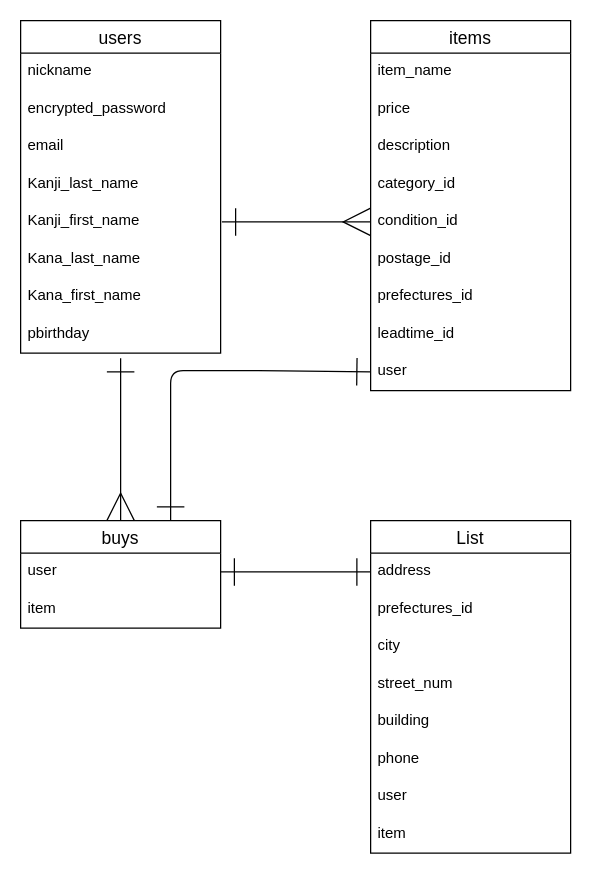
This is table.dio from YBBMTAT/furima-39895, a draw.io file, before an edit. Source tidied: cells renumbered, new cells numbered last; positions are measured from the earlier drawing's top-left corner, leaving out a move shared by most shapes. Both pictures are drawn from the tidied source at 125%, with x=0, y=0 at pixel (20, 20).
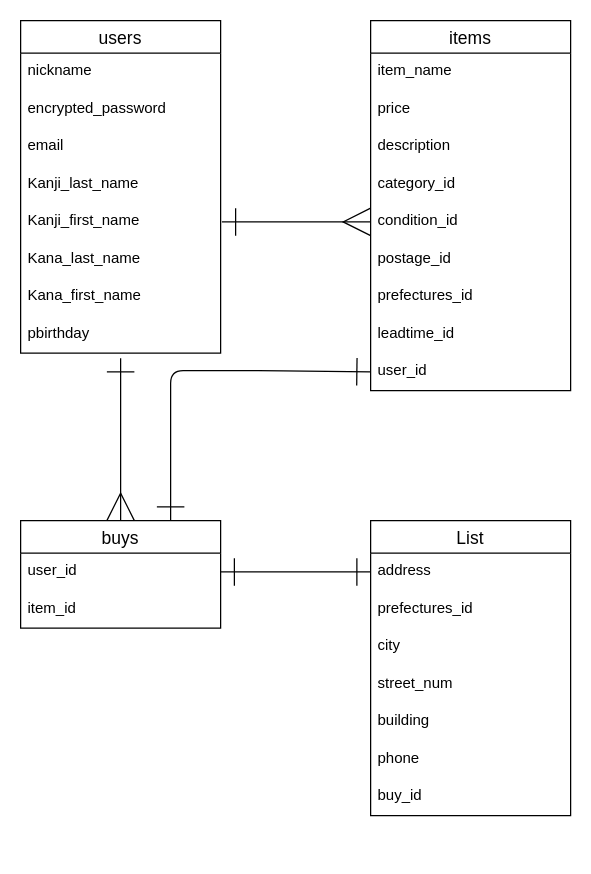
Above is the later version.

Commit message (it also covers changes not shown here):
カラム名、型修正

The change refers to these unchanged cells:
```xml
<mxCell id="11" value="items" style="swimlane;fontStyle=0;horizontal=1;startSize=26;align=center;fontSize=14;" parent="1" vertex="1">
  <mxGeometry x="280" width="160" height="296" as="geometry" />
</mxCell>
<mxCell id="22" value="buys" style="swimlane;fontStyle=0;horizontal=1;startSize=26;align=center;fontSize=14;" parent="1" vertex="1">
  <mxGeometry y="400" width="160" height="86" as="geometry" />
</mxCell>
```

The edit, as a diff of the source:
```diff
@@
-    <mxCell id="20" value="user" style="text;strokeColor=none;fillColor=none;spacingLeft=4;spacingRight=4;overflow=hidden;points=[[0,0.5],[1,0.5]];portConstraint=eastwest;fontSize=12;" parent="11" vertex="1">
+    <mxCell id="20" value="user_id" style="text;strokeColor=none;fillColor=none;spacingLeft=4;spacingRight=4;overflow=hidden;points=[[0,0.5],[1,0.5]];portConstraint=eastwest;fontSize=12;" parent="11" vertex="1">
       <mxGeometry y="266" width="160" height="30" as="geometry" />
     </mxCell>
@@
-    <mxCell id="23" value="user" style="text;strokeColor=none;fillColor=none;spacingLeft=4;spacingRight=4;overflow=hidden;points=[[0,0.5],[1,0.5]];portConstraint=eastwest;fontSize=12;" parent="22" vertex="1">
+    <mxCell id="23" value="user_id" style="text;strokeColor=none;fillColor=none;spacingLeft=4;spacingRight=4;overflow=hidden;points=[[0,0.5],[1,0.5]];portConstraint=eastwest;fontSize=12;" parent="22" vertex="1">
       <mxGeometry y="26" width="160" height="30" as="geometry" />
     </mxCell>
-    <mxCell id="24" value="item" style="text;strokeColor=none;fillColor=none;spacingLeft=4;spacingRight=4;overflow=hidden;fontSize=12;" parent="22" vertex="1">
+    <mxCell id="24" value="item_id" style="text;strokeColor=none;fillColor=none;spacingLeft=4;spacingRight=4;overflow=hidden;fontSize=12;" parent="22" vertex="1">
       <mxGeometry y="56" width="160" height="30" as="geometry" />
     </mxCell>
     <mxCell id="25" value="List" style="swimlane;fontStyle=0;horizontal=1;startSize=26;align=center;fontSize=14;" parent="1" vertex="1">
-      <mxGeometry x="280" y="400" width="160" height="266" as="geometry" />
+      <mxGeometry x="280" y="400" width="160" height="236" as="geometry" />
     </mxCell>
@@
-    <mxCell id="32" value="user" style="text;strokeColor=none;fillColor=none;spacingLeft=4;spacingRight=4;overflow=hidden;fontSize=12;" parent="25" vertex="1">
+    <mxCell id="32" value="buy_id" style="text;strokeColor=none;fillColor=none;spacingLeft=4;spacingRight=4;overflow=hidden;fontSize=12;" parent="25" vertex="1">
       <mxGeometry y="206" width="160" height="30" as="geometry" />
     </mxCell>
-    <mxCell id="33" value="item" style="text;strokeColor=none;fillColor=none;spacingLeft=4;spacingRight=4;overflow=hidden;fontSize=12;" parent="25" vertex="1">
-      <mxGeometry y="236" width="160" height="30" as="geometry" />
-    </mxCell>
```
